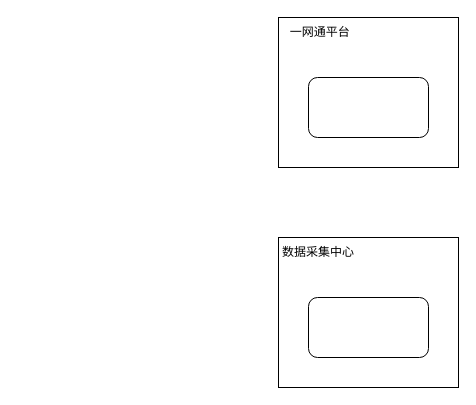
Earlier version of the draw.io diagram 故障分析平台-数据流.drawio (shaozc3g/draw_io). Source tidied: cells renumbered, new cells numbered last; positions are measured from the earlier drawing's top-left corner, leaving out a move shared by most shapes. Both pictures are drawn from the tidied source at 100%, with x=0, y=0 at pixel (278, 17).
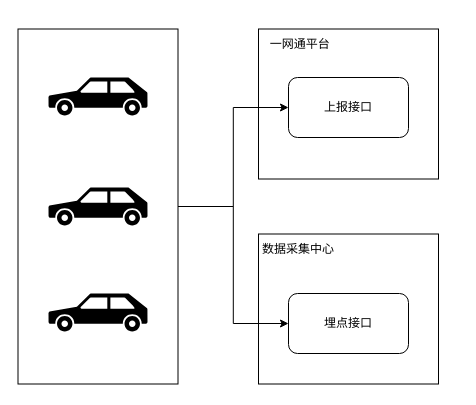
The same page after the edit.

Commit message:
更新故障分析平台-数据流.drawio

The edit, as a diff of the source:
```diff
@@
 <mxGraphModel>
   <root>
     <mxCell id="0" />
     <mxCell id="1" parent="0" />
     <mxCell id="2" style="rounded=0;whiteSpace=wrap;html=1;" parent="1" vertex="1">
-      <mxGeometry width="180" height="150" as="geometry" />
+      <mxGeometry x="-20" y="11.5" width="180" height="150" as="geometry" />
     </mxCell>
+    <mxCell id="6" style="rounded=0;whiteSpace=wrap;html=1;" parent="1" vertex="1">
+      <mxGeometry x="-20" y="216.5" width="180" height="150" as="geometry" />
+    </mxCell>
+    <mxCell id="9" style="edgeStyle=orthogonalEdgeStyle;rounded=0;jettySize=auto;html=1;exitX=1;exitY=0.5;exitDx=0;exitDy=0;" parent="1" edge="1" source="11" target="3">
+      <mxGeometry relative="1" as="geometry" />
+    </mxCell>
+    <mxCell id="10" style="edgeStyle=orthogonalEdgeStyle;rounded=0;jettySize=auto;html=1;exitX=1;exitY=0.5;exitDx=0;exitDy=0;entryX=0;entryY=0.5;entryDx=0;entryDy=0;" parent="1" edge="1" source="11" target="8">
+      <mxGeometry relative="1" as="geometry" />
+    </mxCell>
+    <mxCell id="11" style="rounded=0;whiteSpace=wrap;html=1;" parent="1" vertex="1">
+      <mxGeometry x="-260.5" y="11.5" width="160" height="355" as="geometry" />
+    </mxCell>
-    <mxCell id="3" style="rounded=1;whiteSpace=wrap;html=1;" parent="1" vertex="1">
-      <mxGeometry x="30" y="60" width="120" height="60" as="geometry" />
+    <mxCell id="3" value="上报接口" style="rounded=1;whiteSpace=wrap;html=1;" parent="1" vertex="1">
+      <mxGeometry x="10" y="60" width="120" height="60" as="geometry" />
     </mxCell>
-    <mxCell id="4" style="rounded=1;whiteSpace=wrap;html=1;" parent="1" vertex="1">
-      <mxGeometry x="30" y="280" width="120" height="60" as="geometry" />
-    </mxCell>
     <mxCell id="5" value="&amp;nbsp;一网通平台" style="text;html=1;align=center;verticalAlign=middle;whiteSpace=wrap;rounded=0;" parent="1" vertex="1">
-      <mxGeometry width="80" height="30" as="geometry" />
+      <mxGeometry x="-20" y="11.5" width="80" height="30" as="geometry" />
     </mxCell>
-    <mxCell id="6" style="rounded=0;whiteSpace=wrap;html=1;" parent="1" vertex="1">
-      <mxGeometry y="220" width="180" height="150" as="geometry" />
-    </mxCell>
     <mxCell id="7" value="数据采集中心" style="text;html=1;align=center;verticalAlign=middle;whiteSpace=wrap;rounded=0;" parent="1" vertex="1">
-      <mxGeometry y="220" width="80" height="30" as="geometry" />
+      <mxGeometry x="-20" y="216.5" width="80" height="30" as="geometry" />
     </mxCell>
-    <mxCell id="8" style="rounded=1;whiteSpace=wrap;html=1;" parent="1" vertex="1">
-      <mxGeometry x="30" y="280" width="120" height="60" as="geometry" />
+    <mxCell id="8" value="埋点接口" style="rounded=1;whiteSpace=wrap;html=1;" parent="1" vertex="1">
+      <mxGeometry x="10" y="276" width="120" height="60" as="geometry" />
     </mxCell>
+    <mxCell id="12" style="shape=mxgraph.signs.transportation.car_3;html=1;fillColor=#000000;strokeColor=none;verticalLabelPosition=bottom;verticalAlign=top;align=center;sketch=0;" parent="1" vertex="1">
+      <mxGeometry x="-230" y="60" width="99" height="38" as="geometry" />
+    </mxCell>
+    <mxCell id="13" style="shape=mxgraph.signs.transportation.car_3;html=1;fillColor=#000000;strokeColor=none;verticalLabelPosition=bottom;verticalAlign=top;align=center;sketch=0;" parent="1" vertex="1">
+      <mxGeometry x="-230" y="170" width="99" height="38" as="geometry" />
+    </mxCell>
+    <mxCell id="14" style="shape=mxgraph.signs.transportation.car_3;html=1;fillColor=#000000;strokeColor=none;verticalLabelPosition=bottom;verticalAlign=top;align=center;sketch=0;" parent="1" vertex="1">
+      <mxGeometry x="-230" y="276" width="99" height="38" as="geometry" />
+    </mxCell>
   </root>
 </mxGraphModel>
```
